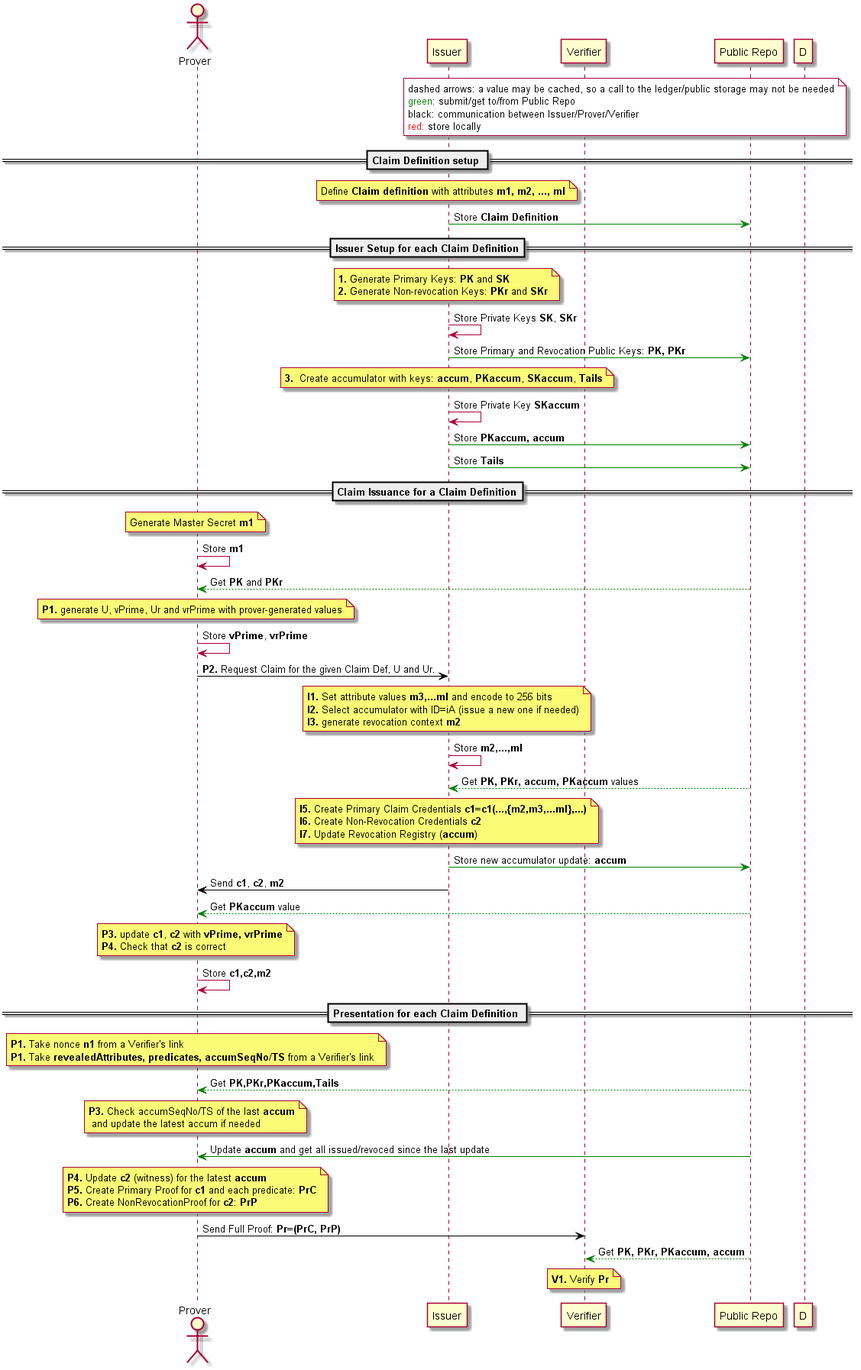
Above: docs/diagrams/anoncred_seq.png in hyperledger-archives/indy-anoncreds (PlantUML), before the change.
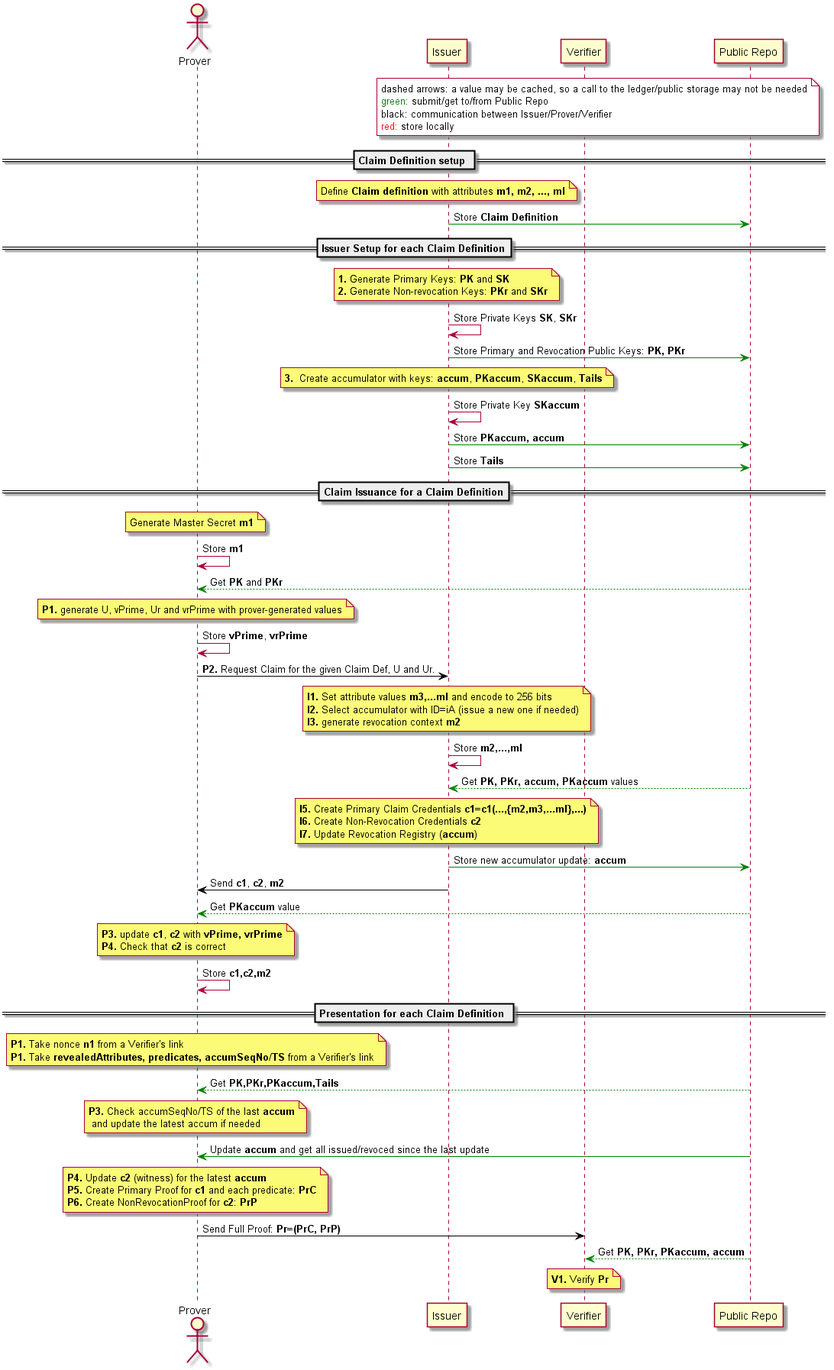
The same diagram one commit later.

Change to the diagram source:
```diff
@@ -4,7 +4,7 @@
 participant "Verifier" as V
 participant "Public Repo" as S
 
-note over I, D #white
+note over I, S #white
     dashed arrows: a value may be cached, so a call to the ledger/public storage may not be needed
     <font color=green>green:</font> submit/get to/from Public Repo
     black: communication between Issuer/Prover/Verifier
```
